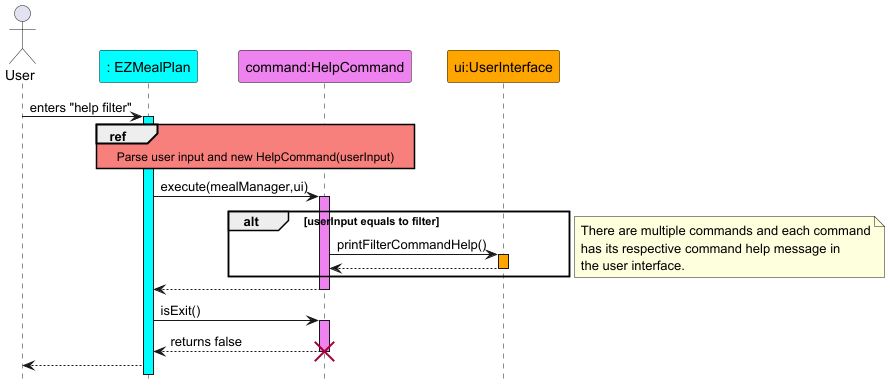
This is docs/diagrams/HelpCommand.png from wentuoc/tp, a PlantUML export, as it was before one commit. The source it was exported from:
```plantuml
@startuml
hide footbox
skinparam sequenceReferenceBackgroundColor #f7807c

actor User
participant ": EZMealPlan" as EZMealPlan #Cyan
participant "command:HelpCommand" as HelpCommand #Violet
participant "ui:UserInterface" as UserInterface #Orange

User -> EZMealPlan : enters "help filter"
activate EZMealPlan #Cyan
ref over EZMealPlan, HelpCommand
Parse user input and new HelpCommand(userInput)
end
EZMealPlan -> HelpCommand : execute(mealManager,ui)
activate HelpCommand #Violet
alt userInput equals to filter
HelpCommand -> UserInterface : printFilterCommandHelp()
activate UserInterface #Orange
UserInterface --> HelpCommand
deactivate UserInterface
end

Note Right
There are multiple commands and each command
has its respective command help message in
the user interface.
end Note

HelpCommand --> EZMealPlan
deactivate HelpCommand
EZMealPlan -> HelpCommand : isExit()
activate HelpCommand #Violet
HelpCommand --> EZMealPlan : returns false
deactivate HelpCommand
destroy HelpCommand
EZMealPlan --> User
@enduml
```
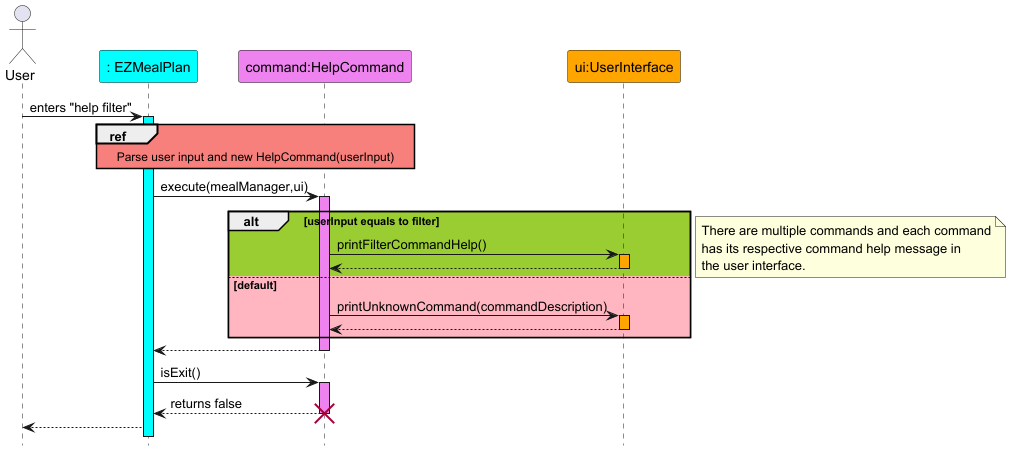
Above is the later version.

Commit message:
Rectify error in HelpCommand sequence diagram

What changed in the source:
```diff
@@ -14,8 +14,13 @@
 end
 EZMealPlan -> HelpCommand : execute(mealManager,ui)
 activate HelpCommand #Violet
-alt userInput equals to filter
+alt #yellowgreen userInput equals to filter
 HelpCommand -> UserInterface : printFilterCommandHelp()
+activate UserInterface #Orange
+UserInterface --> HelpCommand
+deactivate UserInterface
+else #lightpink default
+HelpCommand -> UserInterface : printUnknownCommand(commandDescription)
 activate UserInterface #Orange
 UserInterface --> HelpCommand
 deactivate UserInterface
```
